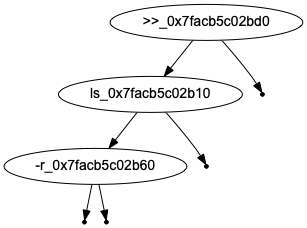
Above: tree.png in ix-56h/Shelled (Graphviz), before the change. Its source is kept beside it as tree.dot.
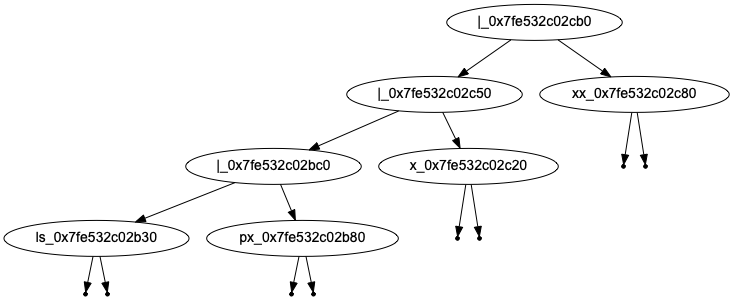
The same file after the commit.

Diff of the diagram source:
```diff
@@ -1,13 +1,25 @@
 digraph BST {
     node [fontname="Arial"];
-    ">>_0x7facb5c02bd0" -> "ls_0x7facb5c02b10";
-    "ls_0x7facb5c02b10" -> "-r_0x7facb5c02b60";
+    "|_0x7fe532c02cb0" -> "|_0x7fe532c02c50";
+    "|_0x7fe532c02c50" -> "|_0x7fe532c02bc0";
+    "|_0x7fe532c02bc0" -> "ls_0x7fe532c02b30";
     null0 [shape=point];
-    "-r_0x7facb5c02b60" -> null0;
+    "ls_0x7fe532c02b30" -> null0;
     null1 [shape=point];
-    "-r_0x7facb5c02b60" -> null1;
+    "ls_0x7fe532c02b30" -> null1;
+    "|_0x7fe532c02bc0" -> "px_0x7fe532c02b80";
     null2 [shape=point];
-    "ls_0x7facb5c02b10" -> null2;
+    "px_0x7fe532c02b80" -> null2;
     null3 [shape=point];
-    ">>_0x7facb5c02bd0" -> null3;
+    "px_0x7fe532c02b80" -> null3;
+    "|_0x7fe532c02c50" -> "x_0x7fe532c02c20";
+    null4 [shape=point];
+    "x_0x7fe532c02c20" -> null4;
+    null5 [shape=point];
+    "x_0x7fe532c02c20" -> null5;
+    "|_0x7fe532c02cb0" -> "xx_0x7fe532c02c80";
+    null6 [shape=point];
+    "xx_0x7fe532c02c80" -> null6;
+    null7 [shape=point];
+    "xx_0x7fe532c02c80" -> null7;
 }
```
